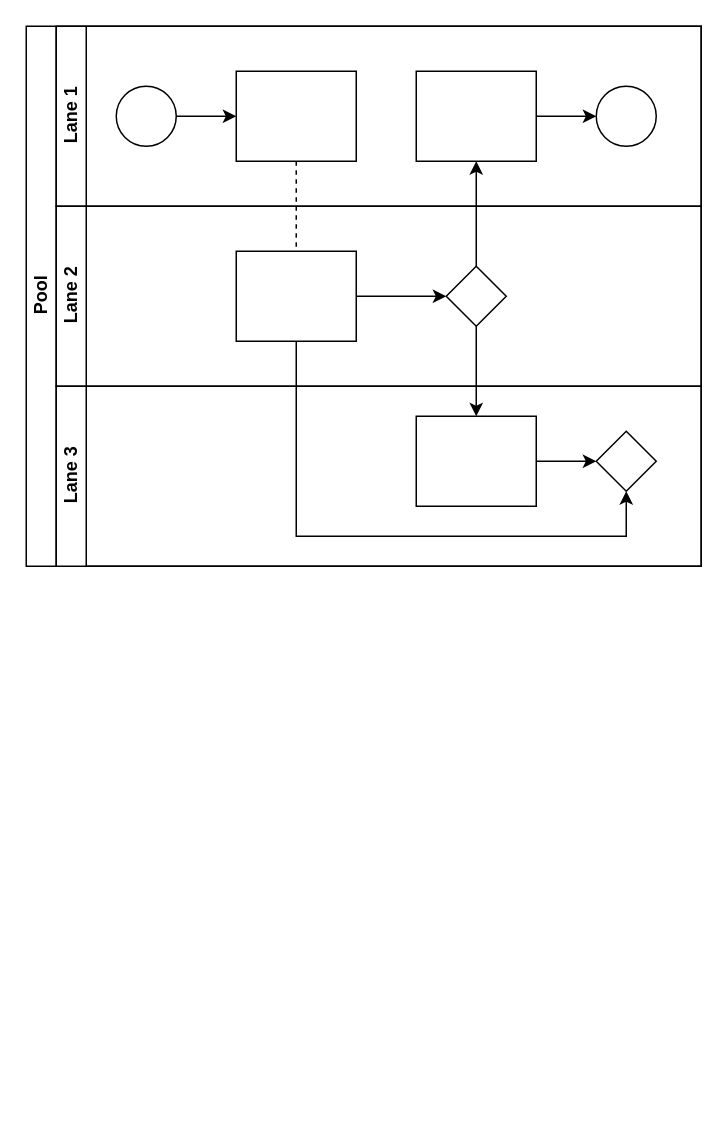
Before: Untitled Diagram.drawio in mckeelab/cancerflow, a draw.io diagram. Source tidied: cells renumbered, new cells numbered last; positions are measured from the earlier drawing's top-left corner, leaving out a move shared by most shapes. Both pictures are drawn from the tidied source at 150%, with x=0, y=0 at pixel (26, 26).
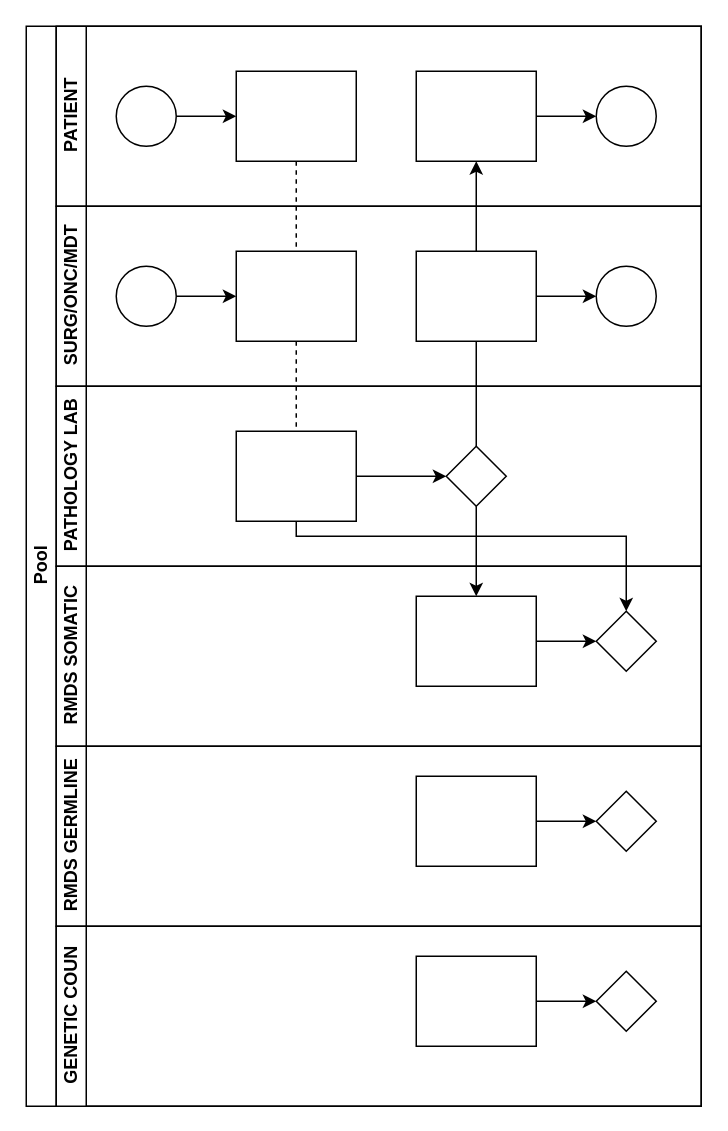
The same diagram, later.

The edit, as a diff of the source:
```diff
@@
     <mxCell id="2" value="Pool" style="swimlane;html=1;horizontal=0;startSize=20;" parent="1" vertex="1">
-      <mxGeometry width="450" height="360" as="geometry" />
+      <mxGeometry width="450" height="720" as="geometry" />
     </mxCell>
@@
-    <mxCell id="7" value="Lane 1" style="swimlane;html=1;startSize=20;horizontal=0;" parent="2" vertex="1">
+    <mxCell id="7" value="PATIENT" style="swimlane;html=1;startSize=20;horizontal=0;" parent="2" vertex="1">
       <mxGeometry x="20" width="430" height="120" as="geometry" />
     </mxCell>
@@
+    <mxCell id="22" value="SURG/ONC/MDT" style="swimlane;html=1;startSize=20;horizontal=0;" parent="2" vertex="1">
+      <mxGeometry x="20" y="120" width="430" height="120" as="geometry" />
+    </mxCell>
+    <mxCell id="23" style="edgeStyle=orthogonalEdgeStyle;rounded=0;jettySize=auto;html=1;" parent="22" edge="1" source="24" target="25">
+      <mxGeometry relative="1" as="geometry" />
+    </mxCell>
+    <mxCell id="24" style="ellipse;whiteSpace=wrap;html=1;" parent="22" vertex="1">
+      <mxGeometry x="40" y="40" width="40" height="40" as="geometry" />
+    </mxCell>
+    <mxCell id="25" style="rounded=0;whiteSpace=wrap;html=1;fontFamily=Helvetica;fontSize=12;fontColor=#000000;align=center;" parent="22" vertex="1">
+      <mxGeometry x="120" y="30" width="80" height="60" as="geometry" />
+    </mxCell>
+    <mxCell id="26" style="edgeStyle=orthogonalEdgeStyle;rounded=0;jettySize=auto;html=1;endArrow=classic;endFill=1;" parent="22" edge="1" source="27" target="28">
+      <mxGeometry relative="1" as="geometry" />
+    </mxCell>
+    <mxCell id="27" style="rounded=0;whiteSpace=wrap;html=1;fontFamily=Helvetica;fontSize=12;fontColor=#000000;align=center;" parent="22" vertex="1">
+      <mxGeometry x="240" y="30" width="80" height="60" as="geometry" />
+    </mxCell>
+    <mxCell id="28" style="ellipse;whiteSpace=wrap;html=1;" parent="22" vertex="1">
+      <mxGeometry x="360" y="40" width="40" height="40" as="geometry" />
+    </mxCell>
-    <mxCell id="14" value="Lane 2" style="swimlane;html=1;startSize=20;horizontal=0;" parent="2" vertex="1">
-      <mxGeometry x="20" y="120" width="430" height="120" as="geometry" />
+    <mxCell id="14" value="PATHOLOGY LAB" style="swimlane;html=1;startSize=20;horizontal=0;" parent="2" vertex="1">
+      <mxGeometry x="20" y="240" width="430" height="120" as="geometry" />
     </mxCell>
@@
-    <mxCell id="18" value="Lane 3" style="swimlane;html=1;startSize=20;horizontal=0;" parent="2" vertex="1">
-      <mxGeometry x="20" y="240" width="430" height="120" as="geometry" />
+    <mxCell id="18" value="RMDS SOMATIC" style="swimlane;html=1;startSize=20;horizontal=0;" parent="2" vertex="1">
+      <mxGeometry x="20" y="360" width="430" height="120" as="geometry" />
     </mxCell>
@@
+    <mxCell id="29" value="RMDS GERMLINE" style="swimlane;html=1;startSize=20;horizontal=0;" parent="2" vertex="1">
+      <mxGeometry x="20" y="480" width="430" height="120" as="geometry" />
+    </mxCell>
+    <mxCell id="30" style="edgeStyle=orthogonalEdgeStyle;rounded=0;jettySize=auto;html=1;endArrow=classic;endFill=1;" parent="29" edge="1" source="31" target="32">
+      <mxGeometry relative="1" as="geometry" />
+    </mxCell>
+    <mxCell id="31" style="rounded=0;whiteSpace=wrap;html=1;fontFamily=Helvetica;fontSize=12;fontColor=#000000;align=center;" parent="29" vertex="1">
+      <mxGeometry x="240" y="20" width="80" height="60" as="geometry" />
+    </mxCell>
+    <mxCell id="32" style="rhombus;whiteSpace=wrap;html=1;fontFamily=Helvetica;fontSize=12;fontColor=#000000;align=center;" parent="29" vertex="1">
+      <mxGeometry x="360" y="30" width="40" height="40" as="geometry" />
+    </mxCell>
+    <mxCell id="33" value="GENETIC COUN" style="swimlane;html=1;startSize=20;horizontal=0;" parent="2" vertex="1">
+      <mxGeometry x="20" y="600" width="430" height="120" as="geometry" />
+    </mxCell>
+    <mxCell id="34" style="edgeStyle=orthogonalEdgeStyle;rounded=0;jettySize=auto;html=1;endArrow=classic;endFill=1;" parent="33" edge="1" source="35" target="36">
+      <mxGeometry relative="1" as="geometry" />
+    </mxCell>
+    <mxCell id="35" style="rounded=0;whiteSpace=wrap;html=1;fontFamily=Helvetica;fontSize=12;fontColor=#000000;align=center;" parent="33" vertex="1">
+      <mxGeometry x="240" y="20" width="80" height="60" as="geometry" />
+    </mxCell>
+    <mxCell id="36" style="rhombus;whiteSpace=wrap;html=1;fontFamily=Helvetica;fontSize=12;fontColor=#000000;align=center;" parent="33" vertex="1">
+      <mxGeometry x="360" y="30" width="40" height="40" as="geometry" />
+    </mxCell>
```
